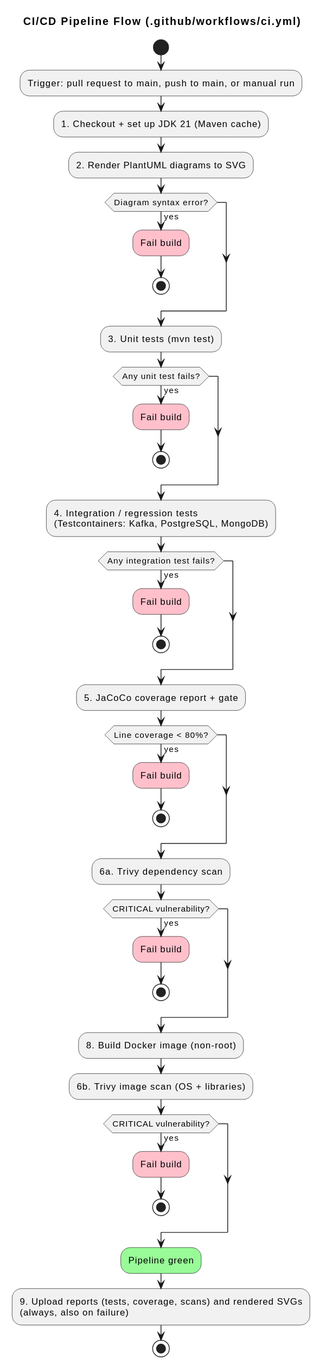
The PlantUML diagram docs/diagrams/out/04-activity-ci-pipeline.svg in kuldipkumar/Trade-store, before a commit.
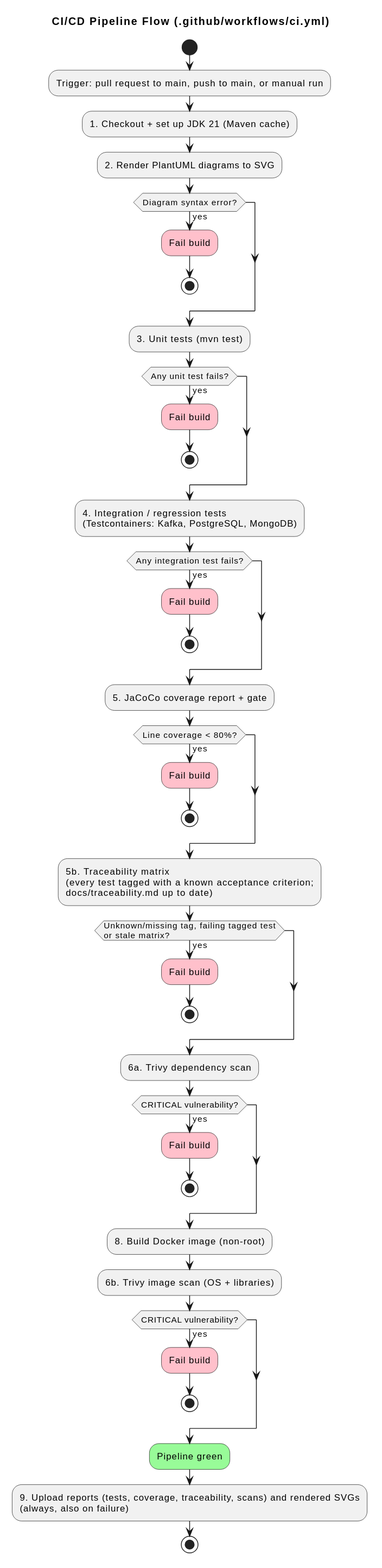
The same file after the commit.

Commit message:
ci: US-608 traceability step: script tests, stale-matrix check, tag check, run summary

Change to the diagram source:
```diff
@@ -24,6 +24,11 @@
   :Fail build; <<#pink>>
   stop
 endif
+:5b. Traceability matrix\n(every test tagged with a known acceptance criterion;\ndocs/traceability.md up to date);
+if (Unknown/missing tag, failing tagged test\nor stale matrix?) then (yes)
+  :Fail build; <<#pink>>
+  stop
+endif
 :6a. Trivy dependency scan;
 if (CRITICAL vulnerability?) then (yes)
   :Fail build; <<#pink>>
@@ -36,6 +41,6 @@
   stop
 endif
 :Pipeline green; <<#palegreen>>
-:9. Upload reports (tests, coverage, scans) and rendered SVGs\n(always, also on failure);
+:9. Upload reports (tests, coverage, traceability, scans) and rendered SVGs\n(always, also on failure);
 stop
 @enduml
```
